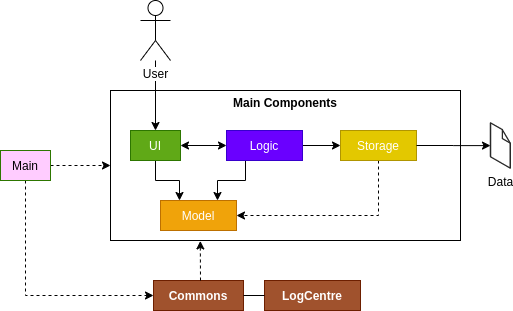
This is images/ArchitectureDiagram.png from grrrrnt/main, a draw.io export, as it was before one commit. Source tidied: cells renumbered, new cells last; positions are measured from the earlier drawing's top-left corner, leaving out a move shared by most shapes. Source of this version:
```xml
<mxGraphModel>
  <root>
    <mxCell id="0" />
    <mxCell id="1" parent="0" />
    <mxCell id="2" value="&lt;b&gt;Main Components&lt;br&gt;&lt;br&gt;&lt;br&gt;&lt;br&gt;&lt;br&gt;&lt;br&gt;&lt;br&gt;&lt;br&gt;&lt;br&gt;&lt;br&gt;&lt;/b&gt;" style="rounded=0;whiteSpace=wrap;html=1;" parent="1" vertex="1">
      <mxGeometry x="110" y="90" width="350" height="150" as="geometry" />
    </mxCell>
    <mxCell id="3" style="edgeStyle=orthogonalEdgeStyle;rounded=0;jettySize=auto;html=1;entryX=0.5;entryY=0;entryDx=0;entryDy=0;" parent="1" edge="1" source="4" target="6">
      <mxGeometry relative="1" as="geometry" />
    </mxCell>
    <mxCell id="4" value="User" style="shape=umlActor;verticalLabelPosition=bottom;labelBackgroundColor=#ffffff;verticalAlign=top;html=1;outlineConnect=0;" parent="1" vertex="1">
      <mxGeometry x="140" width="30" height="60" as="geometry" />
    </mxCell>
    <mxCell id="5" style="edgeStyle=orthogonalEdgeStyle;rounded=0;jettySize=auto;html=1;exitX=0.5;exitY=1;exitDx=0;exitDy=0;entryX=0.25;entryY=0;entryDx=0;entryDy=0;" parent="1" edge="1" source="6" target="10">
      <mxGeometry relative="1" as="geometry" />
    </mxCell>
    <mxCell id="6" value="UI" style="rounded=0;whiteSpace=wrap;html=1;fillColor=#60a917;strokeColor=#2D7600;fontColor=#ffffff;" parent="1" vertex="1">
      <mxGeometry x="130" y="130" width="50" height="30" as="geometry" />
    </mxCell>
    <mxCell id="7" style="edgeStyle=orthogonalEdgeStyle;rounded=0;jettySize=auto;html=1;exitX=1;exitY=0.5;exitDx=0;exitDy=0;entryX=0;entryY=0.5;entryDx=0;entryDy=0;" parent="1" edge="1" source="9" target="12">
      <mxGeometry relative="1" as="geometry" />
    </mxCell>
    <mxCell id="8" style="edgeStyle=orthogonalEdgeStyle;rounded=0;jettySize=auto;html=1;exitX=0.25;exitY=1;exitDx=0;exitDy=0;entryX=0.75;entryY=0;entryDx=0;entryDy=0;" parent="1" edge="1" source="9" target="10">
      <mxGeometry relative="1" as="geometry" />
    </mxCell>
    <mxCell id="9" value="Logic" style="rounded=0;whiteSpace=wrap;html=1;fillColor=#6a00ff;strokeColor=#3700CC;fontColor=#ffffff;" parent="1" vertex="1">
      <mxGeometry x="226" y="130" width="76" height="30" as="geometry" />
    </mxCell>
    <mxCell id="10" value="Model" style="rounded=0;whiteSpace=wrap;html=1;fillColor=#f0a30a;strokeColor=#BD7000;fontColor=#ffffff;" parent="1" vertex="1">
      <mxGeometry x="160" y="200" width="76" height="30" as="geometry" />
    </mxCell>
    <mxCell id="11" style="edgeStyle=orthogonalEdgeStyle;rounded=0;jettySize=auto;html=1;exitX=0.5;exitY=1;exitDx=0;exitDy=0;entryX=1;entryY=0.5;entryDx=0;entryDy=0;dashed=1;" parent="1" edge="1" source="12" target="10">
      <mxGeometry relative="1" as="geometry" />
    </mxCell>
    <mxCell id="12" value="Storage" style="rounded=0;whiteSpace=wrap;html=1;fillColor=#e3c800;strokeColor=#B09500;fontColor=#ffffff;" parent="1" vertex="1">
      <mxGeometry x="340" y="130" width="76" height="30" as="geometry" />
    </mxCell>
    <mxCell id="13" value="Data" style="verticalLabelPosition=bottom;html=1;verticalAlign=top;strokeWidth=1;align=center;outlineConnect=0;dashed=0;outlineConnect=0;shape=mxgraph.aws3d.file;strokeColor=#292929;" parent="1" vertex="1">
      <mxGeometry x="490" y="122.3" width="19.8" height="45.3" as="geometry" />
    </mxCell>
    <mxCell id="14" style="edgeStyle=orthogonalEdgeStyle;rounded=0;jettySize=auto;html=1;exitX=1;exitY=0.5;exitDx=0;exitDy=0;" parent="1" edge="1" source="12" target="13">
      <mxGeometry relative="1" as="geometry" />
    </mxCell>
    <mxCell id="15" value="&lt;b&gt;Commons&lt;br&gt;&lt;/b&gt;" style="rounded=0;whiteSpace=wrap;html=1;fillColor=#a0522d;strokeColor=#6D1F00;fontColor=#ffffff;" parent="1" vertex="1">
      <mxGeometry x="153" y="280" width="90" height="30" as="geometry" />
    </mxCell>
    <mxCell id="16" style="endArrow=classic;startArrow=classic;html=1;entryX=0;entryY=0.5;entryDx=0;entryDy=0;exitX=1;exitY=0.5;exitDx=0;exitDy=0;" parent="1" edge="1" source="6" target="9">
      <mxGeometry relative="1" as="geometry" />
    </mxCell>
    <mxCell id="17" style="endArrow=classic;html=1;entryX=0.228;entryY=1.003;entryDx=0;entryDy=0;entryPerimeter=0;dashed=1;" parent="1" edge="1">
      <mxGeometry relative="1" as="geometry">
        <mxPoint x="200" y="280" as="sourcePoint" />
        <mxPoint x="199.8" y="240.5" as="targetPoint" />
        <Array as="points">
          <mxPoint x="200" y="280" />
        </Array>
      </mxGeometry>
    </mxCell>
    <mxCell id="18" value="&lt;b&gt;LogCentre&lt;/b&gt;" style="rounded=0;whiteSpace=wrap;html=1;fillColor=#a0522d;strokeColor=#6D1F00;fontColor=#ffffff;" parent="1" vertex="1">
      <mxGeometry x="264" y="280" width="96" height="30" as="geometry" />
    </mxCell>
    <mxCell id="19" style="endArrow=none;html=1;entryX=0;entryY=0.5;entryDx=0;entryDy=0;exitX=1;exitY=0.5;exitDx=0;exitDy=0;" parent="1" edge="1" source="15" target="18">
      <mxGeometry relative="1" as="geometry" />
    </mxCell>
    <mxCell id="20" style="edgeStyle=orthogonalEdgeStyle;rounded=0;jettySize=auto;html=1;exitX=1;exitY=0.5;exitDx=0;exitDy=0;entryX=0;entryY=0.5;entryDx=0;entryDy=0;dashed=1;" parent="1" edge="1" source="22" target="2">
      <mxGeometry relative="1" as="geometry" />
    </mxCell>
    <mxCell id="21" style="edgeStyle=orthogonalEdgeStyle;rounded=0;jettySize=auto;html=1;exitX=0.5;exitY=1;exitDx=0;exitDy=0;entryX=0;entryY=0.5;entryDx=0;entryDy=0;dashed=1;" parent="1" edge="1" source="22" target="15">
      <mxGeometry relative="1" as="geometry" />
    </mxCell>
    <mxCell id="22" value="&lt;font color=&quot;#000000&quot;&gt;Main&lt;/font&gt;" style="rounded=0;whiteSpace=wrap;html=1;fillColor=#FFCCFF;strokeColor=#2D7600;fontColor=#ffffff;" parent="1" vertex="1">
      <mxGeometry y="150" width="50" height="30" as="geometry" />
    </mxCell>
  </root>
</mxGraphModel>
```
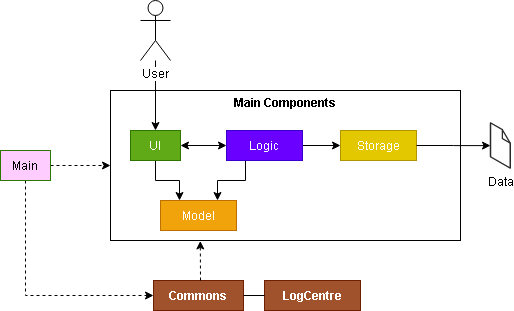
The same diagram one commit later.

Change to the diagram source:
```diff
@@ -1,74 +1,71 @@
 <mxGraphModel>
   <root>
-    <mxCell id="0" />
-    <mxCell id="1" parent="0" />
+    <mxCell id="23" />
+    <mxCell id="24" parent="23" />
-    <mxCell id="2" value="&lt;b&gt;Main Components&lt;br&gt;&lt;br&gt;&lt;br&gt;&lt;br&gt;&lt;br&gt;&lt;br&gt;&lt;br&gt;&lt;br&gt;&lt;br&gt;&lt;br&gt;&lt;/b&gt;" style="rounded=0;whiteSpace=wrap;html=1;" parent="1" vertex="1">
+    <mxCell id="2" value="&lt;b&gt;Main Components&lt;br&gt;&lt;br&gt;&lt;br&gt;&lt;br&gt;&lt;br&gt;&lt;br&gt;&lt;br&gt;&lt;br&gt;&lt;br&gt;&lt;br&gt;&lt;/b&gt;" style="rounded=0;whiteSpace=wrap;html=1;" parent="24" vertex="1">
       <mxGeometry x="110" y="90" width="350" height="150" as="geometry" />
     </mxCell>
-    <mxCell id="3" style="edgeStyle=orthogonalEdgeStyle;rounded=0;jettySize=auto;html=1;entryX=0.5;entryY=0;entryDx=0;entryDy=0;" parent="1" edge="1" source="4" target="6">
+    <mxCell id="3" style="edgeStyle=orthogonalEdgeStyle;rounded=0;jettySize=auto;html=1;entryX=0.5;entryY=0;entryDx=0;entryDy=0;" parent="24" edge="1" source="4" target="6">
       <mxGeometry relative="1" as="geometry" />
     </mxCell>
-    <mxCell id="4" value="User" style="shape=umlActor;verticalLabelPosition=bottom;labelBackgroundColor=#ffffff;verticalAlign=top;html=1;outlineConnect=0;" parent="1" vertex="1">
+    <mxCell id="4" value="User" style="shape=umlActor;verticalLabelPosition=bottom;labelBackgroundColor=#ffffff;verticalAlign=top;html=1;outlineConnect=0;" parent="24" vertex="1">
       <mxGeometry x="140" width="30" height="60" as="geometry" />
     </mxCell>
-    <mxCell id="5" style="edgeStyle=orthogonalEdgeStyle;rounded=0;jettySize=auto;html=1;exitX=0.5;exitY=1;exitDx=0;exitDy=0;entryX=0.25;entryY=0;entryDx=0;entryDy=0;" parent="1" edge="1" source="6" target="10">
+    <mxCell id="5" style="edgeStyle=orthogonalEdgeStyle;rounded=0;jettySize=auto;html=1;exitX=0.5;exitY=1;exitDx=0;exitDy=0;entryX=0.25;entryY=0;entryDx=0;entryDy=0;" parent="24" edge="1" source="6" target="10">
       <mxGeometry relative="1" as="geometry" />
     </mxCell>
-    <mxCell id="6" value="UI" style="rounded=0;whiteSpace=wrap;html=1;fillColor=#60a917;strokeColor=#2D7600;fontColor=#ffffff;" parent="1" vertex="1">
+    <mxCell id="6" value="UI" style="rounded=0;whiteSpace=wrap;html=1;fillColor=#60a917;strokeColor=#2D7600;fontColor=#ffffff;" parent="24" vertex="1">
       <mxGeometry x="130" y="130" width="50" height="30" as="geometry" />
     </mxCell>
-    <mxCell id="7" style="edgeStyle=orthogonalEdgeStyle;rounded=0;jettySize=auto;html=1;exitX=1;exitY=0.5;exitDx=0;exitDy=0;entryX=0;entryY=0.5;entryDx=0;entryDy=0;" parent="1" edge="1" source="9" target="12">
+    <mxCell id="7" style="edgeStyle=orthogonalEdgeStyle;rounded=0;jettySize=auto;html=1;exitX=1;exitY=0.5;exitDx=0;exitDy=0;entryX=0;entryY=0.5;entryDx=0;entryDy=0;" parent="24" edge="1" source="9" target="12">
       <mxGeometry relative="1" as="geometry" />
     </mxCell>
-    <mxCell id="8" style="edgeStyle=orthogonalEdgeStyle;rounded=0;jettySize=auto;html=1;exitX=0.25;exitY=1;exitDx=0;exitDy=0;entryX=0.75;entryY=0;entryDx=0;entryDy=0;" parent="1" edge="1" source="9" target="10">
+    <mxCell id="8" style="edgeStyle=orthogonalEdgeStyle;rounded=0;jettySize=auto;html=1;exitX=0.25;exitY=1;exitDx=0;exitDy=0;entryX=0.75;entryY=0;entryDx=0;entryDy=0;" parent="24" edge="1" source="9" target="10">
       <mxGeometry relative="1" as="geometry" />
     </mxCell>
-    <mxCell id="9" value="Logic" style="rounded=0;whiteSpace=wrap;html=1;fillColor=#6a00ff;strokeColor=#3700CC;fontColor=#ffffff;" parent="1" vertex="1">
+    <mxCell id="9" value="Logic" style="rounded=0;whiteSpace=wrap;html=1;fillColor=#6a00ff;strokeColor=#3700CC;fontColor=#ffffff;" parent="24" vertex="1">
       <mxGeometry x="226" y="130" width="76" height="30" as="geometry" />
     </mxCell>
-    <mxCell id="10" value="Model" style="rounded=0;whiteSpace=wrap;html=1;fillColor=#f0a30a;strokeColor=#BD7000;fontColor=#ffffff;" parent="1" vertex="1">
+    <mxCell id="10" value="Model" style="rounded=0;whiteSpace=wrap;html=1;fillColor=#f0a30a;strokeColor=#BD7000;fontColor=#ffffff;" parent="24" vertex="1">
       <mxGeometry x="160" y="200" width="76" height="30" as="geometry" />
     </mxCell>
-    <mxCell id="11" style="edgeStyle=orthogonalEdgeStyle;rounded=0;jettySize=auto;html=1;exitX=0.5;exitY=1;exitDx=0;exitDy=0;entryX=1;entryY=0.5;entryDx=0;entryDy=0;dashed=1;" parent="1" edge="1" source="12" target="10">
-      <mxGeometry relative="1" as="geometry" />
-    </mxCell>
-    <mxCell id="12" value="Storage" style="rounded=0;whiteSpace=wrap;html=1;fillColor=#e3c800;strokeColor=#B09500;fontColor=#ffffff;" parent="1" vertex="1">
+    <mxCell id="12" value="Storage" style="rounded=0;whiteSpace=wrap;html=1;fillColor=#e3c800;strokeColor=#B09500;fontColor=#ffffff;" parent="24" vertex="1">
       <mxGeometry x="340" y="130" width="76" height="30" as="geometry" />
     </mxCell>
-    <mxCell id="13" value="Data" style="verticalLabelPosition=bottom;html=1;verticalAlign=top;strokeWidth=1;align=center;outlineConnect=0;dashed=0;outlineConnect=0;shape=mxgraph.aws3d.file;strokeColor=#292929;" parent="1" vertex="1">
+    <mxCell id="13" value="Data" style="verticalLabelPosition=bottom;html=1;verticalAlign=top;strokeWidth=1;align=center;outlineConnect=0;dashed=0;outlineConnect=0;shape=mxgraph.aws3d.file;strokeColor=#292929;" parent="24" vertex="1">
       <mxGeometry x="490" y="122.3" width="19.8" height="45.3" as="geometry" />
     </mxCell>
-    <mxCell id="14" style="edgeStyle=orthogonalEdgeStyle;rounded=0;jettySize=auto;html=1;exitX=1;exitY=0.5;exitDx=0;exitDy=0;" parent="1" edge="1" source="12" target="13">
+    <mxCell id="14" style="edgeStyle=orthogonalEdgeStyle;rounded=0;jettySize=auto;html=1;exitX=1;exitY=0.5;exitDx=0;exitDy=0;" parent="24" edge="1" source="12" target="13">
       <mxGeometry relative="1" as="geometry" />
     </mxCell>
-    <mxCell id="15" value="&lt;b&gt;Commons&lt;br&gt;&lt;/b&gt;" style="rounded=0;whiteSpace=wrap;html=1;fillColor=#a0522d;strokeColor=#6D1F00;fontColor=#ffffff;" parent="1" vertex="1">
+    <mxCell id="15" value="&lt;b&gt;Commons&lt;br&gt;&lt;/b&gt;" style="rounded=0;whiteSpace=wrap;html=1;fillColor=#a0522d;strokeColor=#6D1F00;fontColor=#ffffff;" parent="24" vertex="1">
       <mxGeometry x="153" y="280" width="90" height="30" as="geometry" />
     </mxCell>
-    <mxCell id="16" style="endArrow=classic;startArrow=classic;html=1;entryX=0;entryY=0.5;entryDx=0;entryDy=0;exitX=1;exitY=0.5;exitDx=0;exitDy=0;" parent="1" edge="1" source="6" target="9">
+    <mxCell id="16" style="endArrow=classic;startArrow=classic;html=1;entryX=0;entryY=0.5;entryDx=0;entryDy=0;exitX=1;exitY=0.5;exitDx=0;exitDy=0;" parent="24" edge="1" source="6" target="9">
       <mxGeometry relative="1" as="geometry" />
     </mxCell>
-    <mxCell id="17" style="endArrow=classic;html=1;entryX=0.228;entryY=1.003;entryDx=0;entryDy=0;entryPerimeter=0;dashed=1;" parent="1" edge="1">
-      <mxGeometry relative="1" as="geometry">
-        <mxPoint x="200" y="280" as="sourcePoint" />
-        <mxPoint x="199.8" y="240.5" as="targetPoint" />
-        <Array as="points">
-          <mxPoint x="200" y="280" />
-        </Array>
-      </mxGeometry>
-    </mxCell>
+    <mxCell id="25" style="endArrow=classic;html=1;entryX=0.228;entryY=1.003;entryDx=0;entryDy=0;entryPerimeter=0;dashed=1;" parent="24" edge="1">
+      <mxGeometry relative="1" as="geometry">
+        <mxPoint x="200" y="280" as="sourcePoint" />
+        <mxPoint x="199.8" y="240.5" as="targetPoint" />
+        <Array as="points">
+          <mxPoint x="200" y="280" />
+        </Array>
+      </mxGeometry>
+    </mxCell>
-    <mxCell id="18" value="&lt;b&gt;LogCentre&lt;/b&gt;" style="rounded=0;whiteSpace=wrap;html=1;fillColor=#a0522d;strokeColor=#6D1F00;fontColor=#ffffff;" parent="1" vertex="1">
+    <mxCell id="18" value="&lt;b&gt;LogCentre&lt;/b&gt;" style="rounded=0;whiteSpace=wrap;html=1;fillColor=#a0522d;strokeColor=#6D1F00;fontColor=#ffffff;" parent="24" vertex="1">
       <mxGeometry x="264" y="280" width="96" height="30" as="geometry" />
     </mxCell>
-    <mxCell id="19" style="endArrow=none;html=1;entryX=0;entryY=0.5;entryDx=0;entryDy=0;exitX=1;exitY=0.5;exitDx=0;exitDy=0;" parent="1" edge="1" source="15" target="18">
+    <mxCell id="19" style="endArrow=none;html=1;entryX=0;entryY=0.5;entryDx=0;entryDy=0;exitX=1;exitY=0.5;exitDx=0;exitDy=0;" parent="24" edge="1" source="15" target="18">
       <mxGeometry relative="1" as="geometry" />
     </mxCell>
-    <mxCell id="20" style="edgeStyle=orthogonalEdgeStyle;rounded=0;jettySize=auto;html=1;exitX=1;exitY=0.5;exitDx=0;exitDy=0;entryX=0;entryY=0.5;entryDx=0;entryDy=0;dashed=1;" parent="1" edge="1" source="22" target="2">
+    <mxCell id="20" style="edgeStyle=orthogonalEdgeStyle;rounded=0;jettySize=auto;html=1;exitX=1;exitY=0.5;exitDx=0;exitDy=0;entryX=0;entryY=0.5;entryDx=0;entryDy=0;dashed=1;" parent="24" edge="1" source="22" target="2">
       <mxGeometry relative="1" as="geometry" />
     </mxCell>
-    <mxCell id="21" style="edgeStyle=orthogonalEdgeStyle;rounded=0;jettySize=auto;html=1;exitX=0.5;exitY=1;exitDx=0;exitDy=0;entryX=0;entryY=0.5;entryDx=0;entryDy=0;dashed=1;" parent="1" edge="1" source="22" target="15">
+    <mxCell id="21" style="edgeStyle=orthogonalEdgeStyle;rounded=0;jettySize=auto;html=1;exitX=0.5;exitY=1;exitDx=0;exitDy=0;entryX=0;entryY=0.5;entryDx=0;entryDy=0;dashed=1;" parent="24" edge="1" source="22" target="15">
       <mxGeometry relative="1" as="geometry" />
     </mxCell>
-    <mxCell id="22" value="&lt;font color=&quot;#000000&quot;&gt;Main&lt;/font&gt;" style="rounded=0;whiteSpace=wrap;html=1;fillColor=#FFCCFF;strokeColor=#2D7600;fontColor=#ffffff;" parent="1" vertex="1">
+    <mxCell id="22" value="&lt;font color=&quot;#000000&quot;&gt;Main&lt;/font&gt;" style="rounded=0;whiteSpace=wrap;html=1;fillColor=#FFCCFF;strokeColor=#2D7600;fontColor=#ffffff;" parent="24" vertex="1">
       <mxGeometry y="150" width="50" height="30" as="geometry" />
     </mxCell>
   </root>
```
